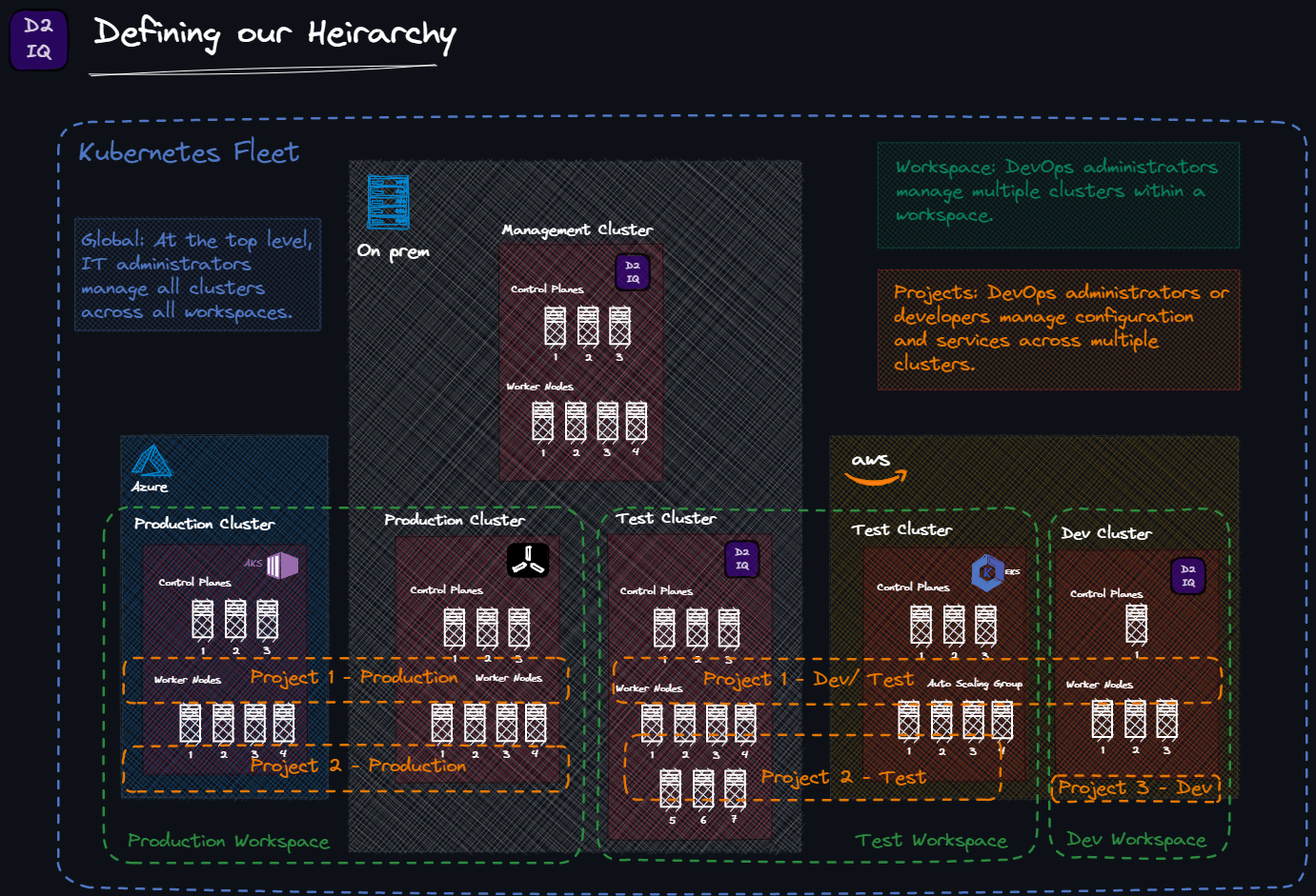
Earlier version of the Excalidraw export heirarchy.excalidraw copy.png (swiftsuretech/webinar). Source tidied: one line per element, renumbered; positions are measured from the earlier drawing's top-left corner, leaving out a move shared by most shapes.
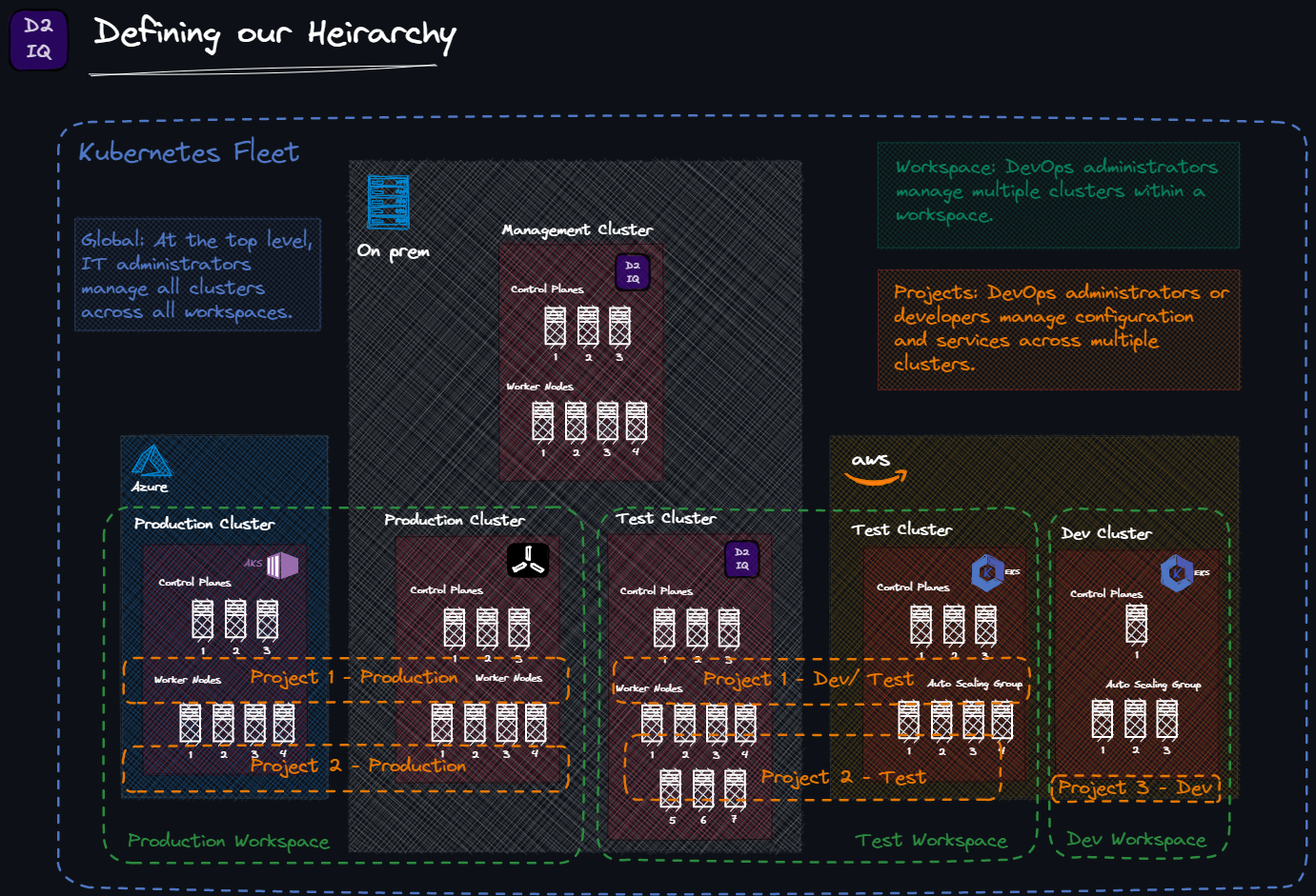
The same diagram one commit later.

The edit, as a diff of the source:
```diff
@@ -128,7 +128,6 @@
 {"id": 127, "type": "line", "strokeColor": "#fff", "backgroundColor": "#ced4da", "fillStyle": "cross-hatch", "strokeWidth": 2, "roughness": 0, "round": true, "x": 1207, "y": 734, "width": 16, "height": 0, "points": [[0, 0], [16, 0]]}
 {"id": 128, "type": "line", "strokeColor": "#fff", "backgroundColor": "#ced4da", "fillStyle": "cross-hatch", "strokeWidth": 2, "roughness": 0, "round": true, "x": 1207, "y": 737, "width": 16, "height": 0, "points": [[0, 0], [16, 0]]}
 {"id": 129, "type": "line", "strokeColor": "#fff", "backgroundColor": "#ced4da", "fillStyle": "cross-hatch", "strokeWidth": 2, "roughness": 0, "round": true, "x": 1207, "y": 741, "width": 16, "height": 0, "points": [[0, 0], [16, 0]]}
-{"id": 130, "type": "text", "text": "Worker Nodes", "strokeColor": "#fff", "strokeWidth": 1, "roughness": 1, "fontSize": 10.62, "fontFamily": 1, "x": 1109, "y": 703, "width": 72, "height": 13}
 {"id": 131, "type": "rectangle", "strokeColor": "#000000", "backgroundColor": "#cd1127", "fillStyle": "cross-hatch", "strokeWidth": 1, "roughness": 1, "opacity": 30, "x": 405, "y": 553, "width": 172, "height": 259}
 {"id": 132, "type": "text", "text": "1", "strokeColor": "#fff", "strokeWidth": 1, "roughness": 1, "fontSize": 10.62, "fontFamily": 1, "x": 466, "y": 676, "width": 5, "height": 13}
 {"id": 133, "type": "rectangle", "strokeColor": "#fff", "backgroundColor": "#ced4da", "fillStyle": "cross-hatch", "strokeWidth": 2, "roughness": 0, "x": 457, "y": 630, "width": 20, "height": 38}
@@ -302,8 +301,6 @@
 {"id": 301, "type": "text", "text": "AKS", "strokeColor": "#996dad", "backgroundColor": "#996dad", "fillStyle": "solid", "strokeWidth": 2, "roughness": 1, "fontSize": 10.38, "fontFamily": 1, "x": 246, "y": 576, "width": 21, "height": 13}
 {"id": 302, "type": "rectangle", "strokeColor": "#000000", "backgroundColor": "#300370", "fillStyle": "solid", "strokeWidth": 2, "roughness": 1, "opacity": 80, "round": true, "x": 751, "y": 558, "width": 36, "height": 38}
 {"id": 303, "type": "text", "text": "D2\nIQ", "strokeColor": "#ffffff", "backgroundColor": "#300370", "fillStyle": "solid", "strokeWidth": 2, "roughness": 1, "opacity": 80, "fontSize": 10.06, "fontFamily": 1, "textAlign": "center", "verticalAlign": "middle", "round": true, "inside": 302, "x": 761, "y": 564, "width": 16, "height": 28}
-{"id": 304, "type": "rectangle", "strokeColor": "#000000", "backgroundColor": "#300370", "fillStyle": "solid", "strokeWidth": 2, "roughness": 1, "opacity": 80, "round": true, "x": 1219, "y": 576, "width": 36, "height": 38}
-{"id": 305, "type": "text", "text": "D2\nIQ", "strokeColor": "#ffffff", "backgroundColor": "#300370", "fillStyle": "solid", "strokeWidth": 2, "roughness": 1, "opacity": 80, "fontSize": 10.06, "fontFamily": 1, "textAlign": "center", "verticalAlign": "middle", "round": true, "inside": 304, "x": 1229, "y": 582, "width": 16, "height": 28}
 {"id": 306, "type": "rectangle", "strokeColor": "#000000", "backgroundColor": "#000", "fillStyle": "solid", "strokeWidth": 2, "roughness": 1, "round": true, "x": 523, "y": 561, "width": 42, "height": 34}
 {"id": 307, "type": "rectangle", "strokeColor": "#ffffff", "backgroundColor": "#ffff", "fillStyle": "solid", "strokeWidth": 2, "roughness": 1, "round": true, "x": 543, "y": 565, "width": 3, "height": 13}
 {"id": 308, "type": "rectangle", "strokeColor": "#ffffff", "angle": 1.05, "backgroundColor": "#ffff", "fillStyle": "solid", "strokeWidth": 2, "roughness": 1, "round": true, "x": 534, "y": 579, "width": 3, "height": 13}
@@ -323,7 +320,7 @@
 {"id": 322, "type": "text", "text": "Project 1 - Production", "strokeColor": "#e67700", "strokeWidth": 1, "roughness": 0, "fontSize": 20, "fontFamily": 1, "x": 253, "y": 689, "width": 219, "height": 25}
 {"id": 323, "type": "rectangle", "strokeColor": "#e67700", "strokeWidth": 2, "strokeStyle": "dashed", "roughness": 1, "round": true, "x": 120, "y": 774, "width": 467, "height": 47}
 {"id": 324, "type": "text", "text": "Project 2 - Production", "strokeColor": "#e67700", "strokeWidth": 1, "roughness": 0, "fontSize": 20, "fontFamily": 1, "x": 253, "y": 782, "width": 228, "height": 25}
-{"id": 325, "type": "rectangle", "strokeColor": "#e67700", "strokeWidth": 2, "strokeStyle": "dashed", "roughness": 1, "round": true, "x": 634, "y": 681, "width": 637, "height": 47}
+{"id": 325, "type": "rectangle", "strokeColor": "#e67700", "strokeWidth": 2, "strokeStyle": "dashed", "roughness": 1, "round": true, "x": 634, "y": 681, "width": 436, "height": 47}
 {"id": 326, "type": "text", "text": "Project 1 - Dev/ Test", "strokeColor": "#e67700", "strokeWidth": 1, "roughness": 0, "fontSize": 20, "fontFamily": 1, "x": 728, "y": 691, "width": 224, "height": 25}
 {"id": 327, "type": "rectangle", "strokeColor": "#e67700", "strokeWidth": 2, "strokeStyle": "dashed", "roughness": 1, "round": true, "x": 646, "y": 762, "width": 395, "height": 68}
 {"id": 328, "type": "text", "text": "Project 2 - Test", "strokeColor": "#e67700", "strokeWidth": 1, "roughness": 0, "fontSize": 20, "fontFamily": 1, "x": 789, "y": 794, "width": 175, "height": 25}
@@ -358,3 +355,8 @@
 {"id": 357, "type": "ellipse", "strokeColor": "#0089d6", "backgroundColor": "#000000", "fillStyle": "solid", "strokeWidth": 1, "roughness": 1, "x": 406, "y": 221, "width": 2, "height": 2}
 {"id": 358, "type": "ellipse", "strokeColor": "#0089d6", "backgroundColor": "#000000", "fillStyle": "solid", "strokeWidth": 1, "roughness": 1, "x": 409, "y": 221, "width": 2, "height": 2}
 {"id": 359, "type": "ellipse", "strokeColor": "#0089d6", "backgroundColor": "#000000", "fillStyle": "solid", "strokeWidth": 1, "roughness": 1, "x": 413, "y": 221, "width": 2, "height": 2}
+{"id": 360, "type": "line", "strokeColor": "#4c5bb2", "backgroundColor": "#4c5bb2", "fillStyle": "solid", "strokeWidth": 1, "roughness": 1, "x": 1226, "y": 575, "width": 15, "height": 26, "points": [[0, 0], [0, 8], [8, 12], [8, 22], [15, 26], [15, 8], [0, 0]]}
+{"id": 361, "type": "line", "strokeColor": "#4f76c3", "backgroundColor": "#4f76c3", "fillStyle": "solid", "strokeWidth": 1, "roughness": 1, "x": 1224, "y": 574, "width": 31, "height": 38, "points": [[0, 0], [0, 9], [-7, 13], [-7, 24], [1, 29], [9, 25], [17, 29], [2, 38], [-15, 28], [-15, 9], [0, 0]]}
+{"id": 362, "type": "text", "text": "K", "strokeColor": "#364fc7", "backgroundColor": "#4f76c3", "fillStyle": "solid", "strokeWidth": 1, "roughness": 1, "fontSize": 14.93, "fontFamily": 1, "x": 1221, "y": 584, "width": 11, "height": 19}
+{"id": 363, "type": "text", "text": "EKS", "strokeColor": "#fff", "backgroundColor": "#4f76c3", "fillStyle": "solid", "strokeWidth": 1, "roughness": 1, "fontSize": 7.97, "fontFamily": 1, "x": 1244, "y": 587, "width": 17, "height": 10}
+{"id": 364, "type": "text", "text": "Auto Scaling Group", "strokeColor": "#fff", "strokeWidth": 1, "roughness": 1, "fontSize": 10.62, "fontFamily": 1, "x": 1150, "y": 703, "width": 102, "height": 13}
```
